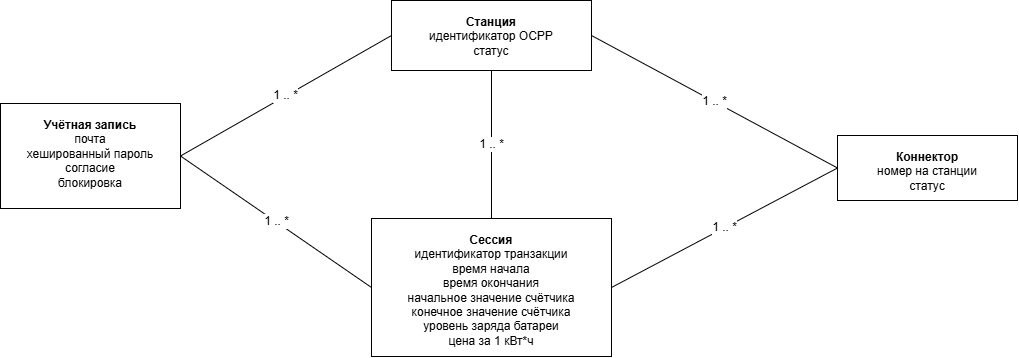
Earlier version of the draw.io export Диаграммы/Модель данных (2.7).png (PetrachkovArtem/diplom). Source tidied: cells renumbered, new cells last; positions are measured from the earlier drawing's top-left corner, leaving out a move shared by most shapes.
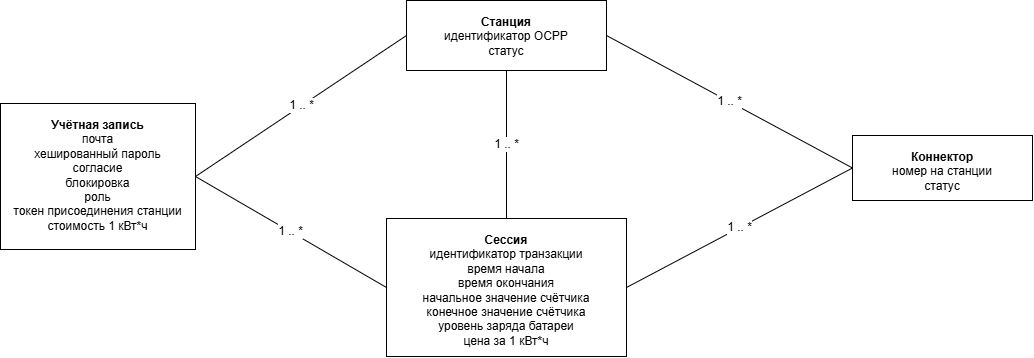
After the commit.

The edit, as a diff of the source:
```diff
@@ -2,8 +2,8 @@
   <root>
     <mxCell id="0" />
     <mxCell id="1" parent="0" />
-    <mxCell id="2" value="&lt;b&gt;Учётная запись&lt;/b&gt;&lt;br&gt;почта&lt;br&gt;хешированный пароль&lt;br&gt;согласие&lt;br&gt;блокировка" style="rounded=0;whiteSpace=wrap;html=1;align=center;verticalAlign=top;spacingTop=8;" parent="1" vertex="1">
-      <mxGeometry y="103" width="180" height="105" as="geometry" />
+    <mxCell id="2" value="&lt;b&gt;Учётная запись&lt;/b&gt;&lt;br&gt;почта&lt;br&gt;хешированный пароль&lt;br&gt;согласие&lt;br&gt;блокировка&lt;br&gt;роль&lt;div&gt;токен присоединения станции&lt;/div&gt;&lt;div&gt;стоимость 1 кВт*ч&lt;/div&gt;" style="rounded=0;whiteSpace=wrap;html=1;align=center;verticalAlign=top;spacingTop=8;" parent="1" vertex="1">
+      <mxGeometry x="-15" y="103" width="195" height="146" as="geometry" />
     </mxCell>
     <mxCell id="3" value="&lt;b&gt;Станция&lt;/b&gt;&lt;br&gt;идентификатор OCPP&lt;br&gt;статус" style="rounded=0;whiteSpace=wrap;html=1;align=center;verticalAlign=top;spacingTop=8;" parent="1" vertex="1">
       <mxGeometry x="391" width="200" height="70" as="geometry" />
```
